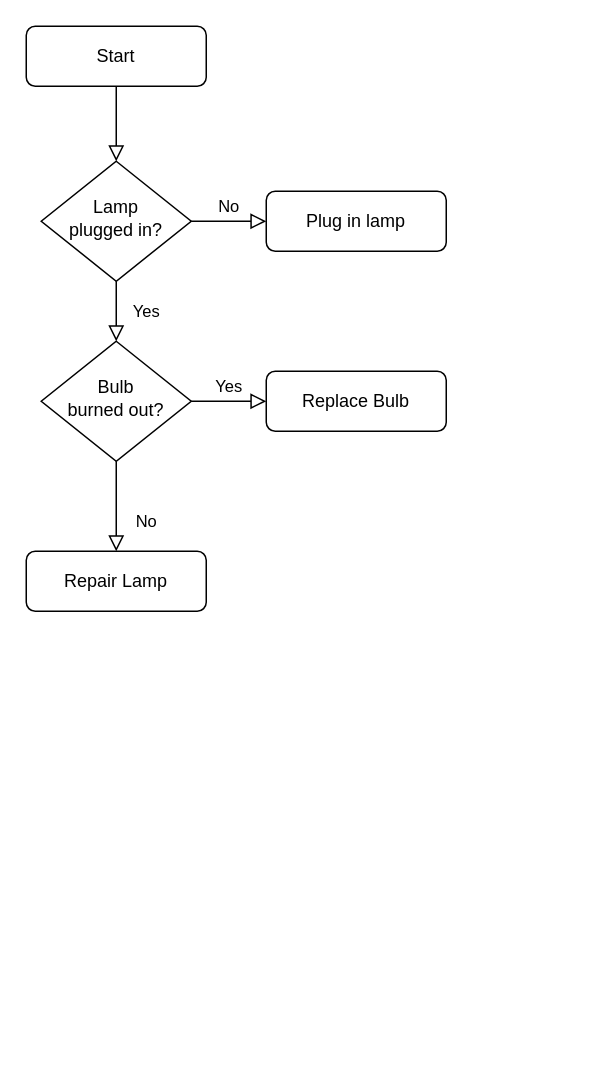
Above: Market_Vendor_Py.drawio in gurudevkumar51/My-files (draw.io), before the change. Source tidied: cells renumbered, new cells numbered last; positions are measured from the earlier drawing's top-left corner, leaving out a move shared by most shapes. Both pictures are drawn from the tidied source at 150%, with x=0, y=0 at pixel (26, 26).
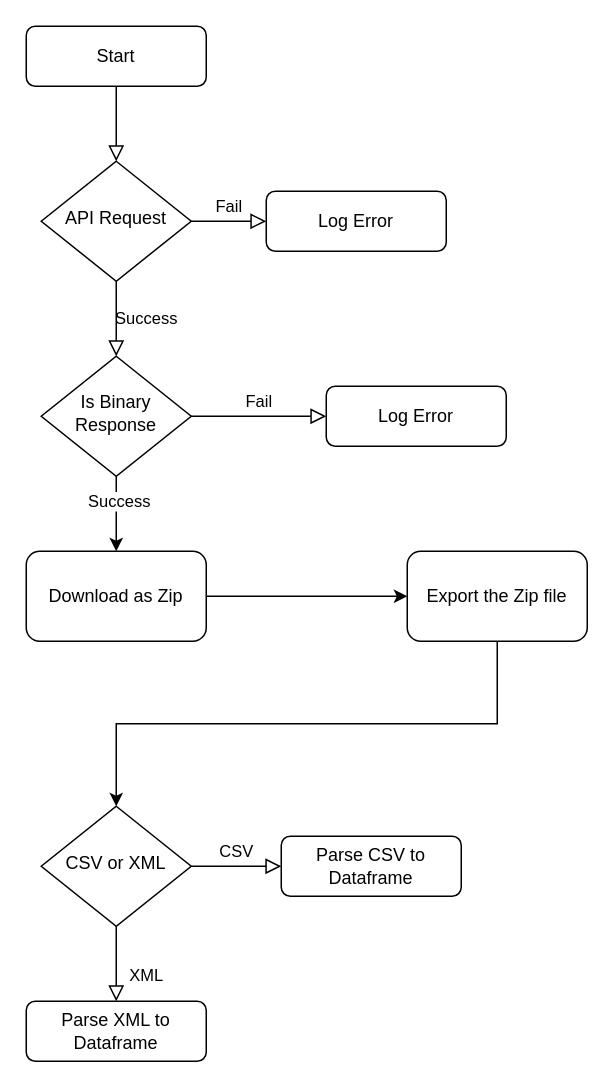
The same page after the edit.

Change to the diagram source:
```diff
@@
-    <mxCell id="4" value="Yes" style="rounded=0;html=1;jettySize=auto;fontSize=11;endArrow=block;endFill=0;endSize=8;strokeWidth=1;shadow=0;labelBackgroundColor=none;edgeStyle=orthogonalEdgeStyle;" parent="1" edge="1" source="6" target="10">
+    <mxCell id="4" value="Success" style="rounded=0;html=1;jettySize=auto;fontSize=11;endArrow=block;endFill=0;endSize=8;strokeWidth=1;shadow=0;labelBackgroundColor=none;edgeStyle=orthogonalEdgeStyle;" parent="1" edge="1" source="6" target="18">
       <mxGeometry y="20" relative="1" as="geometry" />
     </mxCell>
-    <mxCell id="5" value="No" style="edgeStyle=orthogonalEdgeStyle;rounded=0;html=1;jettySize=auto;fontSize=11;endArrow=block;endFill=0;endSize=8;strokeWidth=1;shadow=0;labelBackgroundColor=none;" parent="1" edge="1" source="6" target="7">
+    <mxCell id="5" value="Fail" style="edgeStyle=orthogonalEdgeStyle;rounded=0;html=1;jettySize=auto;fontSize=11;endArrow=block;endFill=0;endSize=8;strokeWidth=1;shadow=0;labelBackgroundColor=none;" parent="1" edge="1" source="6" target="7">
       <mxGeometry y="10" relative="1" as="geometry" />
     </mxCell>
-    <mxCell id="6" value="Lamp&lt;br&gt;plugged in?" style="rhombus;whiteSpace=wrap;html=1;shadow=0;fontFamily=Helvetica;fontSize=12;align=center;strokeWidth=1;spacing=6;spacingTop=-4;" parent="1" vertex="1">
+    <mxCell id="6" value="API Request" style="rhombus;whiteSpace=wrap;html=1;shadow=0;fontFamily=Helvetica;fontSize=12;align=center;strokeWidth=1;spacing=6;spacingTop=-4;" parent="1" vertex="1">
       <mxGeometry x="10" y="90" width="100" height="80" as="geometry" />
     </mxCell>
-    <mxCell id="7" value="Plug in lamp" style="rounded=1;whiteSpace=wrap;html=1;fontSize=12;glass=0;strokeWidth=1;shadow=0;" parent="1" vertex="1">
+    <mxCell id="7" value="Log Error" style="rounded=1;whiteSpace=wrap;html=1;fontSize=12;glass=0;strokeWidth=1;shadow=0;" parent="1" vertex="1">
       <mxGeometry x="160" y="110" width="120" height="40" as="geometry" />
     </mxCell>
-    <mxCell id="8" value="No" style="rounded=0;html=1;jettySize=auto;fontSize=11;endArrow=block;endFill=0;endSize=8;strokeWidth=1;shadow=0;labelBackgroundColor=none;edgeStyle=orthogonalEdgeStyle;" parent="1" edge="1" source="10" target="11">
+    <mxCell id="8" value="XML" style="rounded=0;html=1;jettySize=auto;fontSize=11;endArrow=block;endFill=0;endSize=8;strokeWidth=1;shadow=0;labelBackgroundColor=none;edgeStyle=orthogonalEdgeStyle;" parent="1" edge="1" source="10" target="11">
       <mxGeometry x="0.33" y="20" relative="1" as="geometry" />
     </mxCell>
-    <mxCell id="9" value="Yes" style="edgeStyle=orthogonalEdgeStyle;rounded=0;html=1;jettySize=auto;fontSize=11;endArrow=block;endFill=0;endSize=8;strokeWidth=1;shadow=0;labelBackgroundColor=none;" parent="1" edge="1" source="10" target="12">
+    <mxCell id="9" value="CSV" style="edgeStyle=orthogonalEdgeStyle;rounded=0;html=1;jettySize=auto;fontSize=11;endArrow=block;endFill=0;endSize=8;strokeWidth=1;shadow=0;labelBackgroundColor=none;" parent="1" edge="1" source="10" target="12">
       <mxGeometry y="10" relative="1" as="geometry" />
     </mxCell>
-    <mxCell id="10" value="Bulb&lt;br&gt;burned out?" style="rhombus;whiteSpace=wrap;html=1;shadow=0;fontFamily=Helvetica;fontSize=12;align=center;strokeWidth=1;spacing=6;spacingTop=-4;" parent="1" vertex="1">
-      <mxGeometry x="10" y="210" width="100" height="80" as="geometry" />
+    <mxCell id="10" value="CSV or XML" style="rhombus;whiteSpace=wrap;html=1;shadow=0;fontFamily=Helvetica;fontSize=12;align=center;strokeWidth=1;spacing=6;spacingTop=-4;" parent="1" vertex="1">
+      <mxGeometry x="10" y="520" width="100" height="80" as="geometry" />
     </mxCell>
-    <mxCell id="11" value="Repair Lamp" style="rounded=1;whiteSpace=wrap;html=1;fontSize=12;glass=0;strokeWidth=1;shadow=0;" parent="1" vertex="1">
-      <mxGeometry y="350" width="120" height="40" as="geometry" />
+    <mxCell id="11" value="Parse XML to Dataframe" style="rounded=1;whiteSpace=wrap;html=1;fontSize=12;glass=0;strokeWidth=1;shadow=0;" parent="1" vertex="1">
+      <mxGeometry y="650" width="120" height="40" as="geometry" />
     </mxCell>
-    <mxCell id="12" value="Replace Bulb" style="rounded=1;whiteSpace=wrap;html=1;fontSize=12;glass=0;strokeWidth=1;shadow=0;" parent="1" vertex="1">
-      <mxGeometry x="160" y="230" width="120" height="40" as="geometry" />
+    <mxCell id="12" value="Parse CSV to Dataframe" style="rounded=1;whiteSpace=wrap;html=1;fontSize=12;glass=0;strokeWidth=1;shadow=0;" parent="1" vertex="1">
+      <mxGeometry x="170" y="540" width="120" height="40" as="geometry" />
     </mxCell>
+    <mxCell id="13" style="edgeStyle=orthogonalEdgeStyle;rounded=0;jettySize=auto;html=1;entryX=0.5;entryY=0;entryDx=0;entryDy=0;exitX=0.5;exitY=1;exitDx=0;exitDy=0;" parent="1" edge="1" source="21" target="10">
+      <mxGeometry relative="1" as="geometry" />
+    </mxCell>
+    <mxCell id="14" style="edgeStyle=orthogonalEdgeStyle;rounded=0;jettySize=auto;html=1;" parent="1" edge="1" source="15" target="21">
+      <mxGeometry relative="1" as="geometry" />
+    </mxCell>
+    <mxCell id="15" value="Download as Zip" style="rounded=1;whiteSpace=wrap;html=1;" parent="1" vertex="1">
+      <mxGeometry y="350" width="120" height="60" as="geometry" />
+    </mxCell>
+    <mxCell id="16" style="edgeStyle=orthogonalEdgeStyle;rounded=0;jettySize=auto;html=1;entryX=0.5;entryY=0;entryDx=0;entryDy=0;" parent="1" edge="1" source="18" target="15">
+      <mxGeometry relative="1" as="geometry" />
+    </mxCell>
+    <mxCell id="17" value="Success" style="edgeLabel;html=1;align=center;verticalAlign=middle;" parent="16" vertex="1">
+      <mxGeometry x="-0.36" y="1" relative="1" as="geometry" />
+    </mxCell>
+    <mxCell id="18" value="Is Binary Response" style="rhombus;whiteSpace=wrap;html=1;shadow=0;fontFamily=Helvetica;fontSize=12;align=center;strokeWidth=1;spacing=6;spacingTop=-4;" parent="1" vertex="1">
+      <mxGeometry x="10" y="220" width="100" height="80" as="geometry" />
+    </mxCell>
+    <mxCell id="19" value="Fail" style="edgeStyle=orthogonalEdgeStyle;rounded=0;html=1;jettySize=auto;fontSize=11;endArrow=block;endFill=0;endSize=8;strokeWidth=1;shadow=0;labelBackgroundColor=none;exitX=1;exitY=0.5;exitDx=0;exitDy=0;" parent="1" edge="1" source="18" target="20">
+      <mxGeometry y="10" relative="1" as="geometry" />
+    </mxCell>
+    <mxCell id="20" value="Log Error" style="rounded=1;whiteSpace=wrap;html=1;fontSize=12;glass=0;strokeWidth=1;shadow=0;" parent="1" vertex="1">
+      <mxGeometry x="200" y="240" width="120" height="40" as="geometry" />
+    </mxCell>
+    <mxCell id="21" value="Export the Zip file" style="rounded=1;whiteSpace=wrap;html=1;" parent="1" vertex="1">
+      <mxGeometry x="254" y="350" width="120" height="60" as="geometry" />
+    </mxCell>
```
